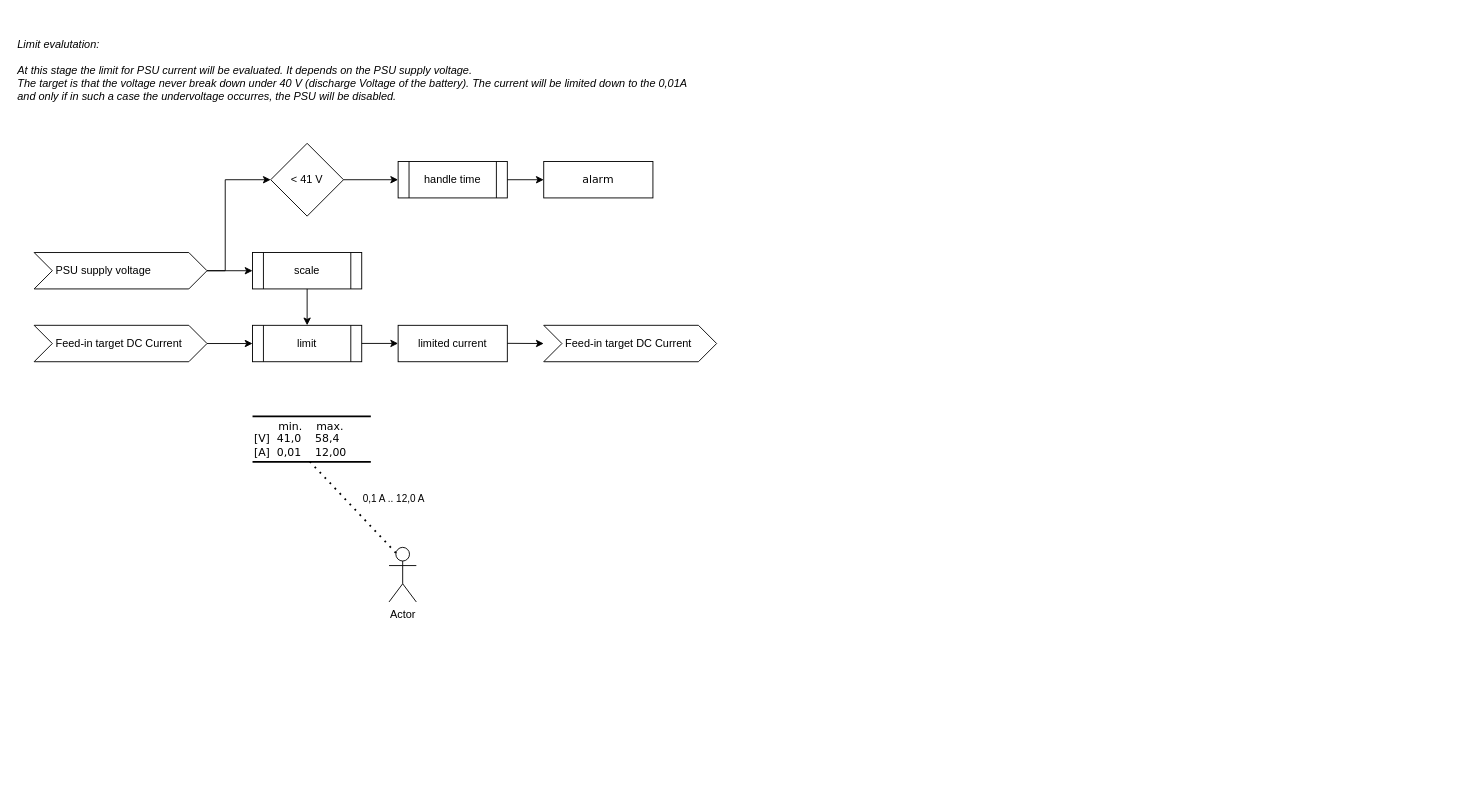
This is page "battery guard" (1 of 3) of docs/images/pvzero.drawio from JoTid/PVZero, a draw.io file, before an edit. Source tidied: cells renumbered, new cells numbered last; positions are measured from the earlier drawing's top-left corner, leaving out a move shared by most shapes. Both pictures are drawn from the tidied source at 91%, with x=0, y=0 at pixel (15, 15).
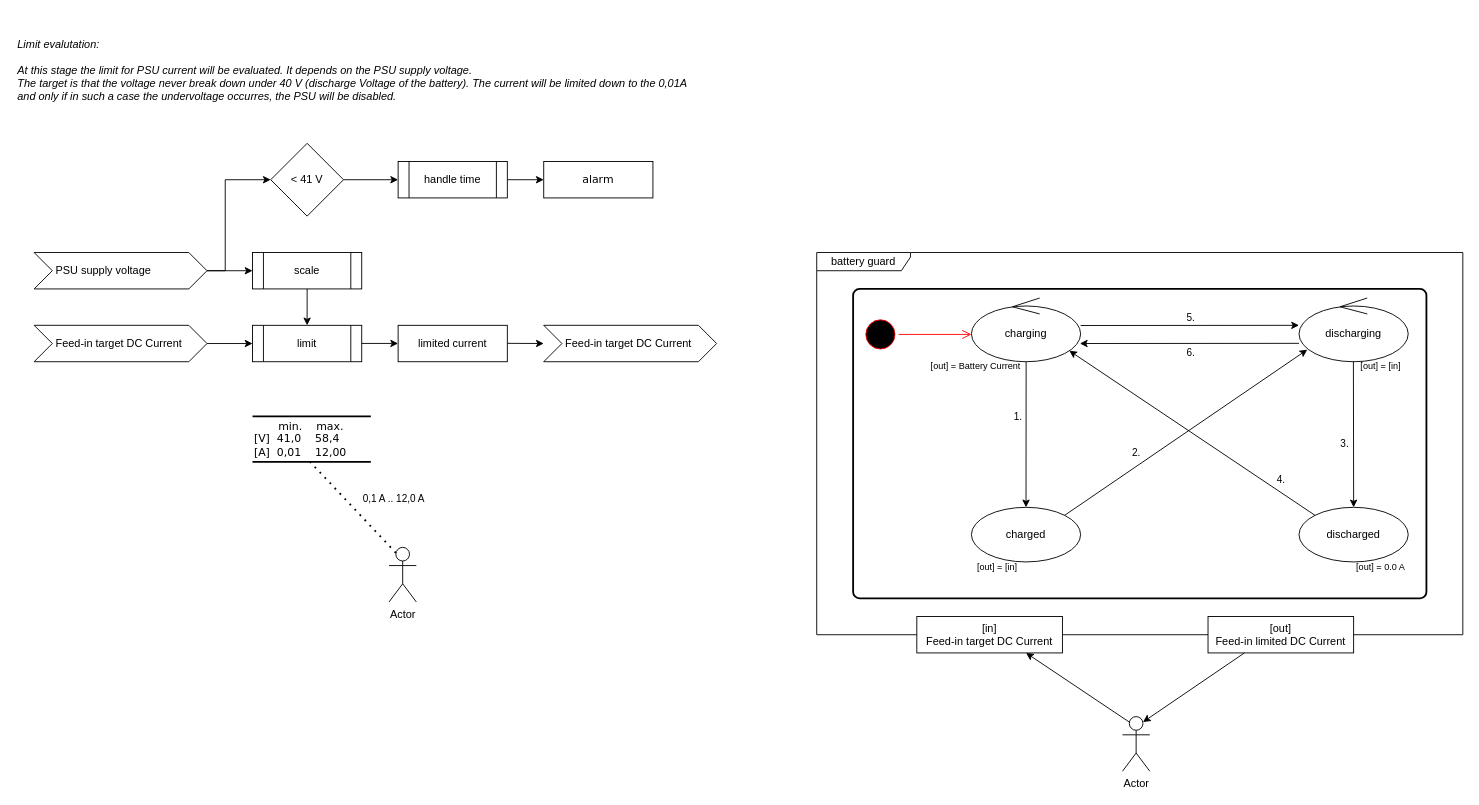
After the change.

Commit message (it also covers changes not shown here):
Update description of the Battery guard

The edit, as a diff of the source:
```diff
@@
+    <mxCell id="24" value="battery guard" style="shape=umlFrame;whiteSpace=wrap;html=1;width=103;height=20;" parent="1" vertex="1">
+      <mxGeometry x="880" y="260" width="710" height="420" as="geometry" />
+    </mxCell>
+    <mxCell id="25" style="rounded=1;whiteSpace=wrap;html=1;absoluteArcSize=1;arcSize=14;strokeWidth=2;" parent="1" vertex="1">
+      <mxGeometry x="920" y="300" width="630" height="340" as="geometry" />
+    </mxCell>
@@
+    <mxCell id="26" value="charging" style="ellipse;shape=umlControl;whiteSpace=wrap;html=1;" parent="1" vertex="1">
+      <mxGeometry x="1050" y="310" width="120" height="70" as="geometry" />
+    </mxCell>
+    <mxCell id="27" value="discharged" style="ellipse;whiteSpace=wrap;html=1;" parent="1" vertex="1">
+      <mxGeometry x="1410" y="540" width="120" height="60" as="geometry" />
+    </mxCell>
+    <mxCell id="28" value="discharging" style="ellipse;shape=umlControl;whiteSpace=wrap;html=1;" parent="1" vertex="1">
+      <mxGeometry x="1410" y="310" width="120" height="70" as="geometry" />
+    </mxCell>
+    <mxCell id="29" value="charged" style="ellipse;whiteSpace=wrap;html=1;" parent="1" vertex="1">
+      <mxGeometry x="1050" y="540" width="120" height="60" as="geometry" />
+    </mxCell>
+    <mxCell id="30" style="ellipse;html=1;shape=startState;fillColor=#000000;strokeColor=#ff0000;" parent="1" vertex="1">
+      <mxGeometry x="930" y="330" width="40" height="40" as="geometry" />
+    </mxCell>
+    <mxCell id="31" style="edgeStyle=orthogonalEdgeStyle;html=1;verticalAlign=bottom;endArrow=open;endSize=8;strokeColor=#ff0000;rounded=0;" parent="1" edge="1" source="30">
+      <mxGeometry relative="1" as="geometry">
+        <mxPoint x="1050" y="350" as="targetPoint" />
+      </mxGeometry>
+    </mxCell>
+    <mxCell id="32" style="endArrow=classic;html=1;rounded=0;exitX=1;exitY=0.56;exitDx=0;exitDy=0;exitPerimeter=0;" parent="1" edge="1">
+      <mxGeometry relative="1" as="geometry">
+        <mxPoint x="1170" y="340.2" as="sourcePoint" />
+        <mxPoint x="1410" y="340" as="targetPoint" />
+      </mxGeometry>
+    </mxCell>
+    <mxCell id="33" value="5." style="edgeLabel;html=1;align=center;verticalAlign=middle;" parent="32" vertex="1">
+      <mxGeometry x="0.01" y="1" relative="1" as="geometry">
+        <mxPoint y="-8" as="offset" />
+      </mxGeometry>
+    </mxCell>
+    <mxCell id="34" style="endArrow=classic;html=1;rounded=0;entryX=0.5;entryY=0;entryDx=0;entryDy=0;exitX=0.498;exitY=0.997;exitDx=0;exitDy=0;exitPerimeter=0;" parent="1" edge="1" source="28" target="27">
+      <mxGeometry relative="1" as="geometry" />
+    </mxCell>
+    <mxCell id="35" value="3." style="edgeLabel;html=1;align=center;verticalAlign=middle;" parent="34" vertex="1">
+      <mxGeometry x="0.36" y="-1" relative="1" as="geometry">
+        <mxPoint x="-9" y="-19" as="offset" />
+      </mxGeometry>
+    </mxCell>
+    <mxCell id="36" style="endArrow=classic;html=1;rounded=0;exitX=0;exitY=0;exitDx=0;exitDy=0;entryX=0.896;entryY=0.827;entryDx=0;entryDy=0;entryPerimeter=0;" parent="1" edge="1" source="27" target="26">
+      <mxGeometry relative="1" as="geometry" />
+    </mxCell>
+    <mxCell id="37" value="4." style="edgeLabel;html=1;align=center;verticalAlign=middle;" parent="36" vertex="1">
+      <mxGeometry x="-0.71" y="-1" relative="1" as="geometry">
+        <mxPoint y="-12" as="offset" />
+      </mxGeometry>
+    </mxCell>
+    <mxCell id="38" style="endArrow=classic;html=1;rounded=0;exitX=0.501;exitY=1.002;exitDx=0;exitDy=0;exitPerimeter=0;entryX=0.5;entryY=0;entryDx=0;entryDy=0;" parent="1" edge="1" source="26" target="29">
+      <mxGeometry relative="1" as="geometry" />
+    </mxCell>
+    <mxCell id="39" value="1." style="edgeLabel;html=1;align=center;verticalAlign=middle;" parent="38" vertex="1">
+      <mxGeometry x="-0.26" y="-2" relative="1" as="geometry">
+        <mxPoint x="-8" as="offset" />
+      </mxGeometry>
+    </mxCell>
+    <mxCell id="40" style="endArrow=classic;html=1;rounded=0;exitX=1;exitY=0;exitDx=0;exitDy=0;entryX=0.076;entryY=0.81;entryDx=0;entryDy=0;entryPerimeter=0;" parent="1" edge="1" source="29" target="28">
+      <mxGeometry relative="1" as="geometry" />
+    </mxCell>
+    <mxCell id="41" value="2." style="edgeLabel;html=1;align=center;verticalAlign=middle;" parent="40" vertex="1">
+      <mxGeometry x="-0.37" y="1" relative="1" as="geometry">
+        <mxPoint x="-6" y="-11" as="offset" />
+      </mxGeometry>
+    </mxCell>
+    <mxCell id="42" style="endArrow=classic;html=1;rounded=0;exitX=0;exitY=0.714;exitDx=0;exitDy=0;exitPerimeter=0;entryX=0.993;entryY=0.714;entryDx=0;entryDy=0;entryPerimeter=0;" parent="1" edge="1" target="26">
+      <mxGeometry relative="1" as="geometry">
+        <mxPoint x="1410" y="359.8" as="sourcePoint" />
+      </mxGeometry>
+    </mxCell>
+    <mxCell id="43" value="6." style="edgeLabel;html=1;align=center;verticalAlign=middle;" parent="42" vertex="1">
+      <mxGeometry x="-0.04" y="-1" relative="1" as="geometry">
+        <mxPoint x="-3" y="11" as="offset" />
+      </mxGeometry>
+    </mxCell>
+    <mxCell id="44" value="Actor" style="shape=umlActor;verticalLabelPosition=bottom;verticalAlign=top;html=1;" parent="1" vertex="1">
+      <mxGeometry x="1216" y="770" width="30" height="60" as="geometry" />
+    </mxCell>
+    <mxCell id="45" value="[in]&lt;br&gt;Feed-in target DC Current" style="rounded=0;whiteSpace=wrap;html=1;" parent="1" vertex="1">
+      <mxGeometry x="990" y="660" width="160" height="40" as="geometry" />
+    </mxCell>
+    <mxCell id="46" value="[out]&lt;br&gt;Feed-in limited DC Current" style="rounded=0;whiteSpace=wrap;html=1;" parent="1" vertex="1">
+      <mxGeometry x="1310" y="660" width="160" height="40" as="geometry" />
+    </mxCell>
+    <mxCell id="47" style="endArrow=classic;html=1;rounded=0;exitX=0.25;exitY=0.1;exitDx=0;exitDy=0;exitPerimeter=0;entryX=0.75;entryY=1;entryDx=0;entryDy=0;" parent="1" edge="1" source="44" target="45">
+      <mxGeometry relative="1" as="geometry" />
+    </mxCell>
+    <mxCell id="48" style="endArrow=classic;html=1;rounded=0;entryX=0.75;entryY=0.1;entryDx=0;entryDy=0;entryPerimeter=0;exitX=0.25;exitY=1;exitDx=0;exitDy=0;" parent="1" edge="1" source="46" target="44">
+      <mxGeometry relative="1" as="geometry" />
+    </mxCell>
+    <mxCell id="49" value="[out] = [in] " style="text;whiteSpace=wrap;spacing=0;fontSize=10;align=center;verticalAlign=middle;" parent="1" vertex="1">
+      <mxGeometry x="1050" y="590" width="60" height="30" as="geometry" />
+    </mxCell>
+    <mxCell id="50" value="[out] = [in]" style="text;whiteSpace=wrap;spacing=0;fontSize=10;align=center;verticalAlign=middle;" parent="1" vertex="1">
+      <mxGeometry x="1470" y="370" width="60" height="30" as="geometry" />
+    </mxCell>
+    <mxCell id="51" value="[out] = 0.0 A" style="text;whiteSpace=wrap;spacing=0;fontSize=10;align=center;verticalAlign=middle;" parent="1" vertex="1">
+      <mxGeometry x="1470" y="590" width="60" height="30" as="geometry" />
+    </mxCell>
+    <mxCell id="52" value="[out] = Battery Current" style="text;whiteSpace=wrap;spacing=0;fontSize=10;align=center;verticalAlign=middle;" parent="1" vertex="1">
+      <mxGeometry x="1000" y="370" width="110" height="30" as="geometry" />
+    </mxCell>
```
